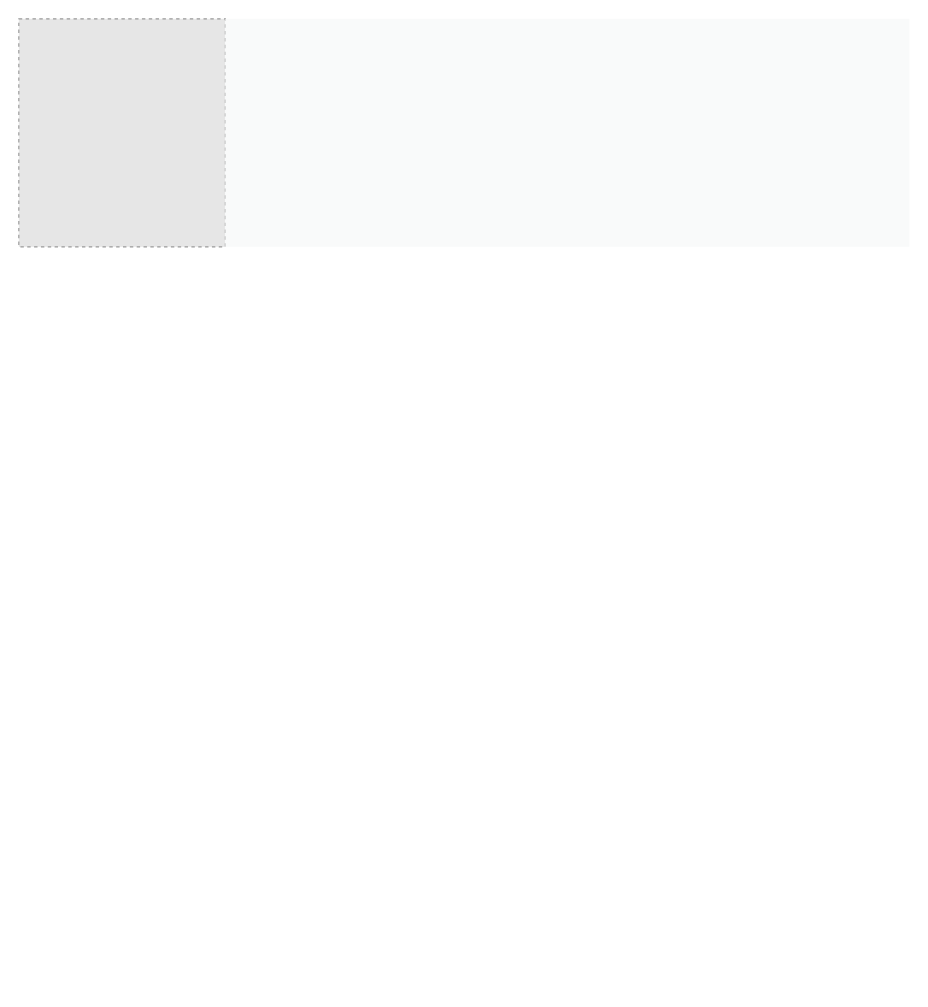
This is page "镇楼" (1 of 4) of iosapp.drawio from RedFoxAtAsleep/app.diagram.net, a draw.io file, before an edit. Source tidied: cells renumbered, new cells numbered last; positions are measured from the earlier drawing's top-left corner, leaving out a move shared by most shapes. Both pictures are drawn from the tidied source at 114%, with x=0, y=0 at pixel (18, 18). Pictures stored in the file or linked from it are replaced by grey dashed boxes.
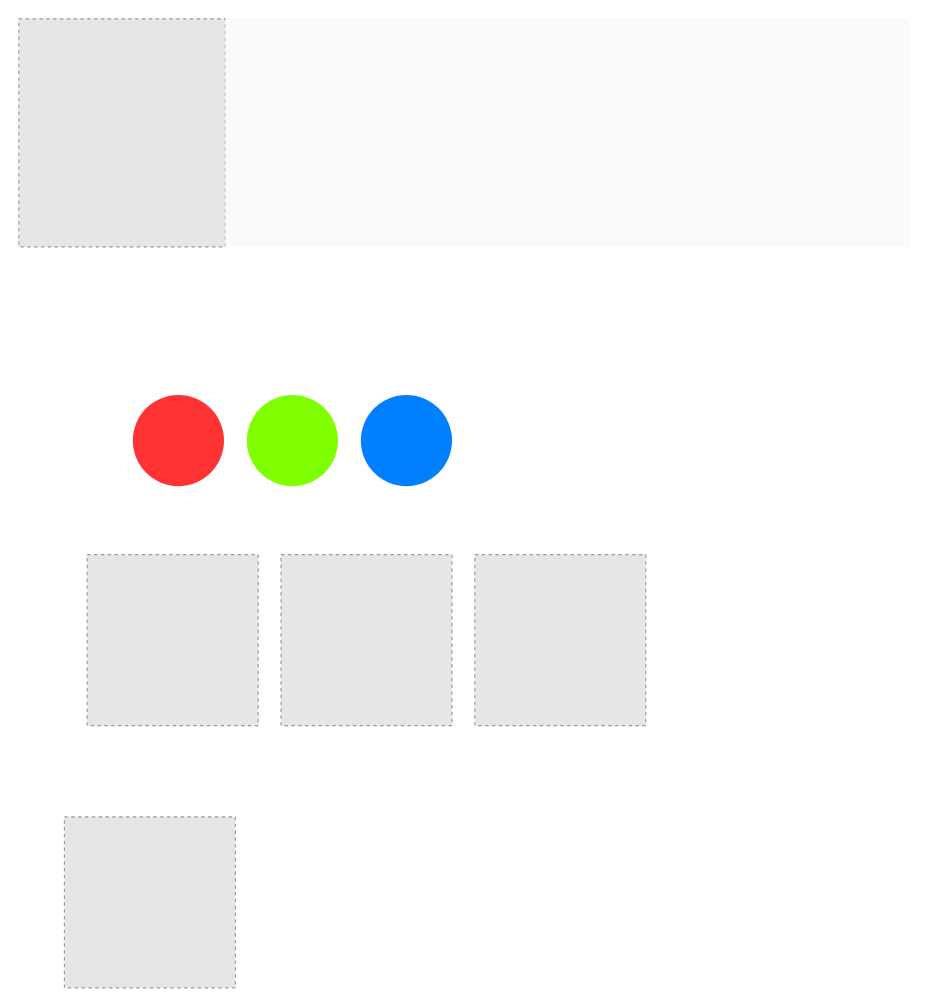
Above is the later version.

The edit, as a diff of the source:
```diff
@@
 <mxGraphModel>
   <root>
     <mxCell id="0" />
     <mxCell id="1" parent="0" />
+    <mxCell id="5" style="rounded=0;whiteSpace=wrap;html=1;fontFamily=Comic Sans MS;fontSize=16;fontColor=#FFFFFF;strokeWidth=2;strokeColor=none;fillColor=#FFFFFF;" parent="1" vertex="1">
+      <mxGeometry x="40" y="700" width="600" height="150" as="geometry" />
+    </mxCell>
     <mxCell id="2" style="group;" parent="1" vertex="1">
       <mxGeometry width="781.1" height="200" as="geometry" />
     </mxCell>
     <mxCell id="3" style="fillColor=#E6E6E6;strokeColor=#999999;dashed=1;verticalLabelPosition=bottom;labelBackgroundColor=#ffffff;verticalAlign=top;" parent="2" vertex="1">
       <mxGeometry width="181.2" height="200" as="geometry" />
     </mxCell>
     <mxCell id="4" style="rounded=0;whiteSpace=wrap;html=1;strokeColor=none;fillColor=#F9FAFA;" parent="2" vertex="1">
       <mxGeometry x="181.2" width="600" height="200" as="geometry" />
     </mxCell>
+    <mxCell id="6" style="ellipse;whiteSpace=wrap;html=1;rounded=1;fontFamily=Comic Sans MS;fontSize=16;fontColor=#FFFFFF;strokeWidth=2;strokeColor=none;fillColor=#FF3333;" parent="1" vertex="1">
+      <mxGeometry x="100" y="330" width="80" height="80" as="geometry" />
+    </mxCell>
+    <mxCell id="7" style="ellipse;whiteSpace=wrap;html=1;rounded=1;fontFamily=Comic Sans MS;fontSize=16;fontColor=#FFFFFF;strokeWidth=2;strokeColor=none;fillColor=#80FF00;" parent="1" vertex="1">
+      <mxGeometry x="200" y="330" width="80" height="80" as="geometry" />
+    </mxCell>
+    <mxCell id="8" style="ellipse;whiteSpace=wrap;html=1;rounded=1;fontFamily=Comic Sans MS;fontSize=16;fontColor=#FFFFFF;strokeWidth=2;strokeColor=none;fillColor=#007FFF;" parent="1" vertex="1">
+      <mxGeometry x="300" y="330" width="80" height="80" as="geometry" />
+    </mxCell>
+    <mxCell id="9" style="fillColor=#E6E6E6;strokeColor=#999999;dashed=1;verticalLabelPosition=bottom;labelBackgroundColor=#ffffff;verticalAlign=top;" parent="1" vertex="1">
+      <mxGeometry x="60" y="470" width="150" height="150" as="geometry" />
+    </mxCell>
+    <mxCell id="10" style="fillColor=#E6E6E6;strokeColor=#999999;dashed=1;verticalLabelPosition=bottom;labelBackgroundColor=#ffffff;verticalAlign=top;" parent="1" vertex="1">
+      <mxGeometry x="400" y="470" width="150" height="150" as="geometry" />
+    </mxCell>
+    <mxCell id="11" style="fillColor=#E6E6E6;strokeColor=#999999;dashed=1;verticalLabelPosition=bottom;labelBackgroundColor=#ffffff;verticalAlign=top;" parent="1" vertex="1">
+      <mxGeometry x="230" y="470" width="150" height="150" as="geometry" />
+    </mxCell>
+    <mxCell id="12" style="fillColor=#E6E6E6;strokeColor=#999999;dashed=1;verticalLabelPosition=bottom;labelBackgroundColor=#ffffff;verticalAlign=top;" parent="1" vertex="1">
+      <mxGeometry x="40" y="700" width="150" height="150" as="geometry" />
+    </mxCell>
   </root>
 </mxGraphModel>
```
